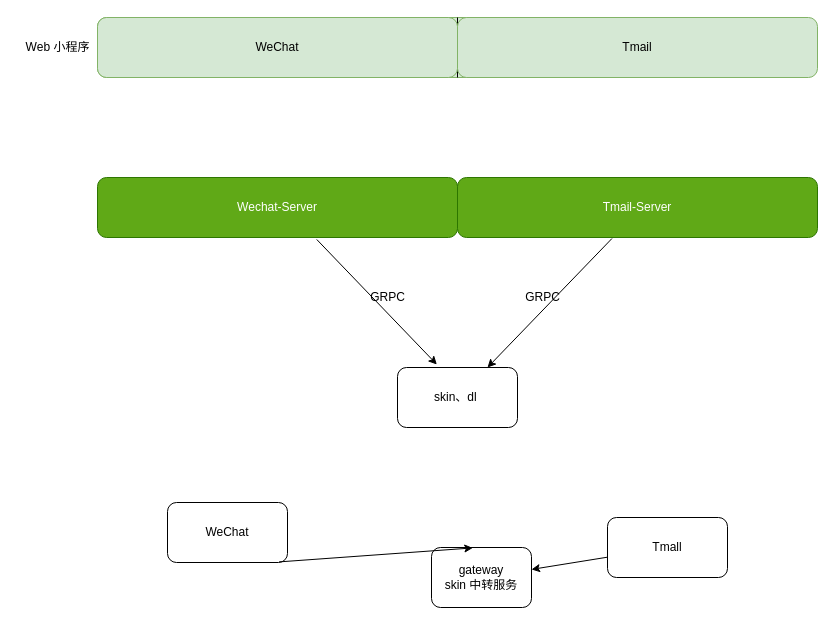
Earlier version of the draw.io diagram skin-1.drawio (china-xs/kratos-study). Source tidied: cells renumbered, new cells numbered last; positions are measured from the earlier drawing's top-left corner, leaving out a move shared by most shapes. Both pictures are drawn from the tidied source at 100%, with x=0, y=0 at pixel (17, 17).
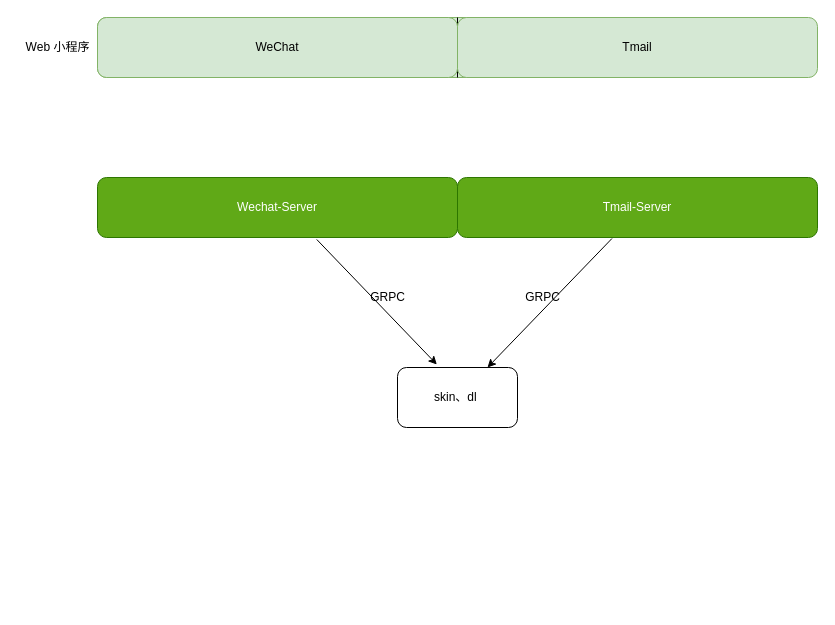
After the change.

The edit, as a diff of the source:
```diff
@@
 <mxGraphModel>
   <root>
     <mxCell id="0" />
     <mxCell id="1" parent="0" />
-    <mxCell id="2" value="gateway&lt;br&gt;skin 中转服务" style="rounded=1;whiteSpace=wrap;html=1;" parent="1" vertex="1">
-      <mxGeometry x="414" y="530" width="100" height="60" as="geometry" />
-    </mxCell>
-    <mxCell id="3" value="Tmall" style="rounded=1;whiteSpace=wrap;html=1;" parent="1" vertex="1">
-      <mxGeometry x="590" y="500" width="120" height="60" as="geometry" />
-    </mxCell>
-    <mxCell id="4" value="WeChat" style="rounded=1;whiteSpace=wrap;html=1;" parent="1" vertex="1">
-      <mxGeometry x="150" y="485" width="120" height="60" as="geometry" />
-    </mxCell>
-    <mxCell id="5" style="endArrow=classic;html=1;rounded=0;exitX=0.93;exitY=0.99;exitDx=0;exitDy=0;exitPerimeter=0;entryX=0.413;entryY=0.007;entryDx=0;entryDy=0;entryPerimeter=0;" parent="1" edge="1" source="4" target="2">
-      <mxGeometry relative="1" as="geometry" />
-    </mxCell>
-    <mxCell id="6" style="endArrow=classic;html=1;rounded=0;" parent="1" edge="1" source="3" target="2">
-      <mxGeometry relative="1" as="geometry" />
-    </mxCell>
     <mxCell id="7" style="rounded=1;whiteSpace=wrap;html=1;fillColor=#d5e8d4;strokeColor=#82b366;" parent="1" vertex="1">
       <mxGeometry x="80" width="680" height="60" as="geometry" />
     </mxCell>
     <mxCell id="8" style="endArrow=none;html=1;rounded=0;" parent="1" edge="1">
       <mxGeometry relative="1" as="geometry">
         <mxPoint x="440" y="60" as="sourcePoint" />
         <mxPoint x="440" as="targetPoint" />
       </mxGeometry>
     </mxCell>
     <mxCell id="9" value="WeChat" style="rounded=1;whiteSpace=wrap;html=1;fillColor=#d5e8d4;strokeColor=#82b366;" parent="1" vertex="1">
       <mxGeometry x="80" width="360" height="60" as="geometry" />
     </mxCell>
     <mxCell id="10" value="Tmail" style="rounded=1;whiteSpace=wrap;html=1;fillColor=#d5e8d4;strokeColor=#82b366;" parent="1" vertex="1">
       <mxGeometry x="440" width="360" height="60" as="geometry" />
     </mxCell>
     <mxCell id="11" value="Web 小程序" style="text;html=1;align=center;verticalAlign=middle;strokeColor=none;fillColor=none;" parent="1" vertex="1">
       <mxGeometry y="20" width="80" height="20" as="geometry" />
     </mxCell>
     <mxCell id="12" value="Wechat-Server" style="rounded=1;whiteSpace=wrap;html=1;fillColor=#60a917;fontColor=#ffffff;strokeColor=#2D7600;" parent="1" vertex="1">
       <mxGeometry x="80" y="160" width="360" height="60" as="geometry" />
     </mxCell>
     <mxCell id="13" value="&lt;span style=&quot;&quot;&gt;Tmail-Server&lt;/span&gt;" style="rounded=1;whiteSpace=wrap;html=1;fillColor=#60a917;fontColor=#ffffff;strokeColor=#2D7600;" parent="1" vertex="1">
       <mxGeometry x="440" y="160" width="360" height="60" as="geometry" />
     </mxCell>
     <mxCell id="14" value="skin、dl&amp;nbsp;" style="rounded=1;whiteSpace=wrap;html=1;" parent="1" vertex="1">
       <mxGeometry x="380" y="350" width="120" height="60" as="geometry" />
     </mxCell>
     <mxCell id="15" style="endArrow=classic;html=1;rounded=0;exitX=0.609;exitY=1.033;exitDx=0;exitDy=0;exitPerimeter=0;entryX=0.328;entryY=-0.05;entryDx=0;entryDy=0;entryPerimeter=0;" parent="1" edge="1" source="12" target="14">
       <mxGeometry relative="1" as="geometry" />
     </mxCell>
     <mxCell id="16" style="endArrow=classic;html=1;rounded=0;exitX=0.429;exitY=1.017;exitDx=0;exitDy=0;exitPerimeter=0;entryX=0.75;entryY=0;entryDx=0;entryDy=0;" parent="1" edge="1" source="13" target="14">
       <mxGeometry relative="1" as="geometry" />
     </mxCell>
     <mxCell id="17" value="GRPC" style="text;html=1;align=center;verticalAlign=middle;strokeColor=none;fillColor=none;" parent="1" vertex="1">
       <mxGeometry x="345" y="270" width="50" height="20" as="geometry" />
     </mxCell>
     <mxCell id="18" value="GRPC" style="text;html=1;align=center;verticalAlign=middle;strokeColor=none;fillColor=none;" parent="1" vertex="1">
       <mxGeometry x="500" y="270" width="50" height="20" as="geometry" />
     </mxCell>
   </root>
 </mxGraphModel>
```
